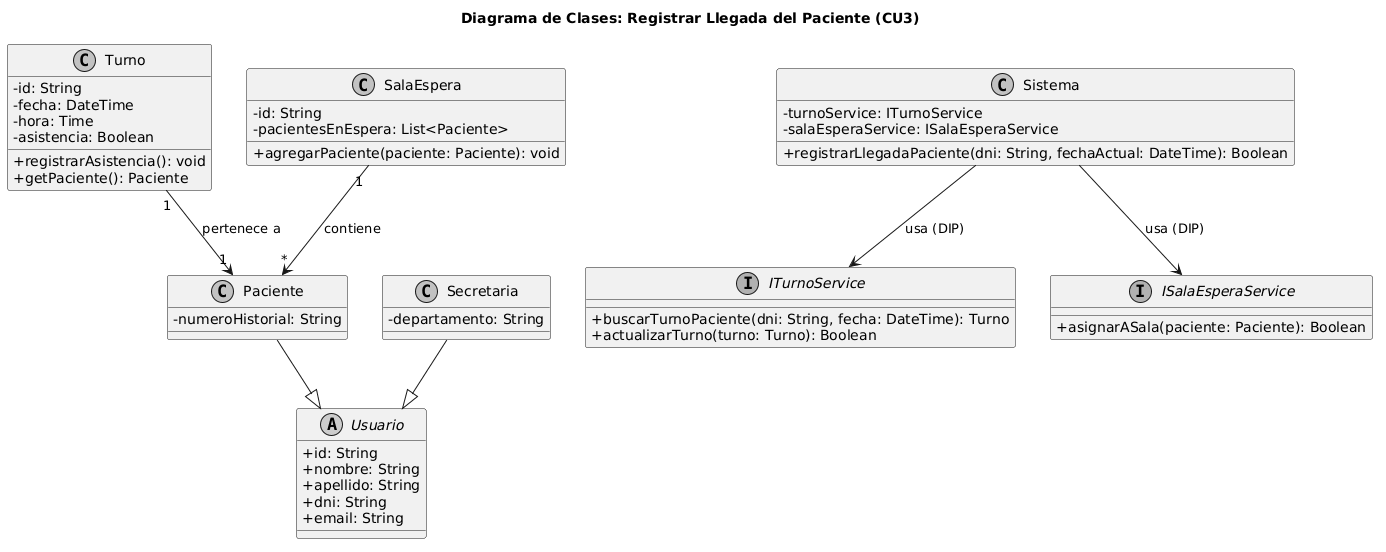
Above: diagramas/01-diagrama-clases/03-clases-registrar-llegada-03.png in FacundoGuiraldes/SistemaTurnosMedicos (PlantUML), before the change.
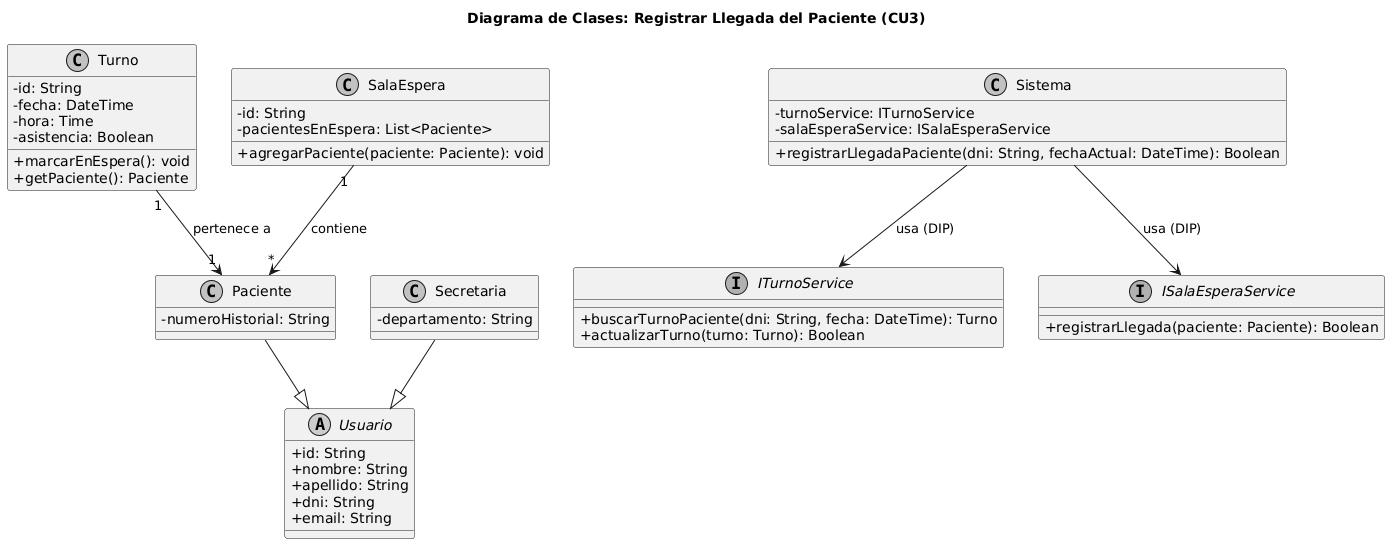
Above is the later version.

Commit message:
fix: alinear diagramas de clases y anexos a nomenclatura de secuencia preexistente y actualizar renders png

The edit, as a diff of the source:
```diff
@@ -25,7 +25,7 @@
     -fecha: DateTime
     -hora: Time
     -asistencia: Boolean
-    +registrarAsistencia(): void
+    +marcarEnEspera(): void
     +getPaciente(): Paciente
 }
 
@@ -41,7 +41,7 @@
 }
 
 interface ISalaEsperaService {
-    +asignarASala(paciente: Paciente): Boolean
+    +registrarLlegada(paciente: Paciente): Boolean
 }
 
 class Sistema {
```
